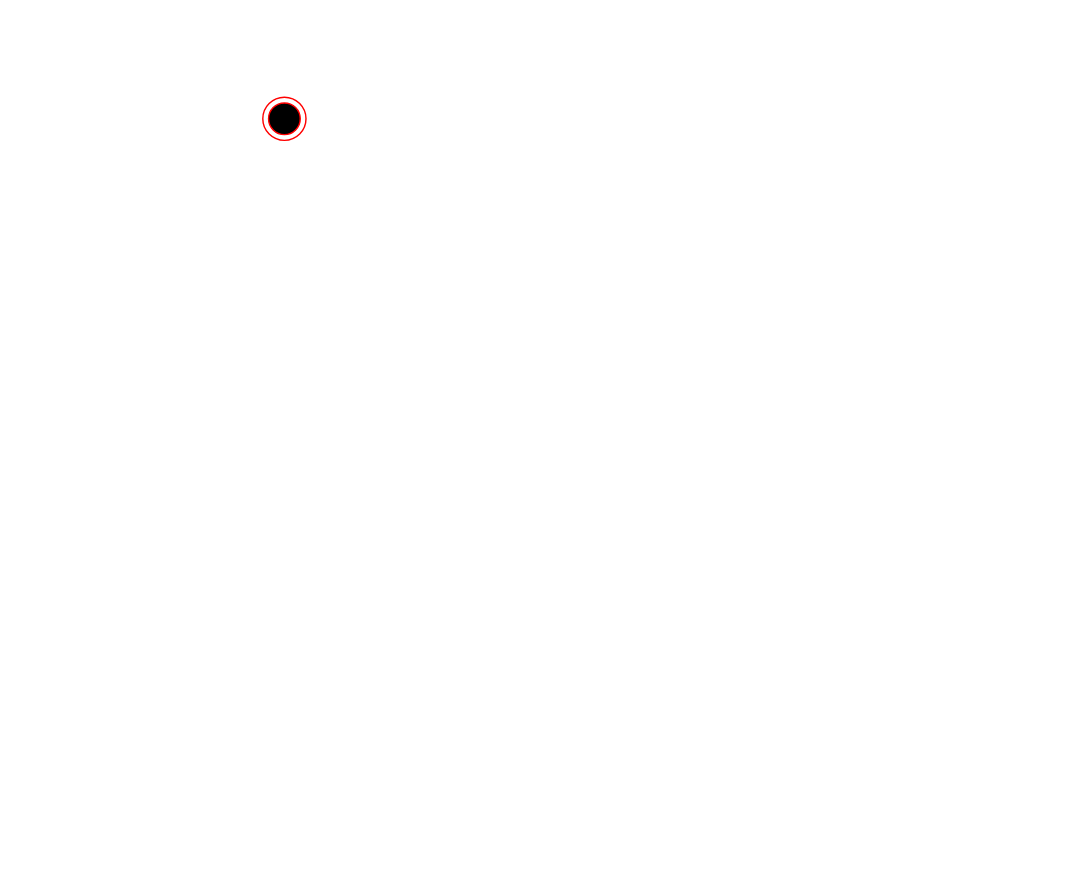
Before: Statemachine.drawio in Moroorooo/Statemachine, a draw.io diagram. Source tidied: cells renumbered, new cells numbered last; positions are measured from the earlier drawing's top-left corner, leaving out a move shared by most shapes. Both pictures are drawn from the tidied source at 144%, with x=0, y=0 at pixel (262, 96).
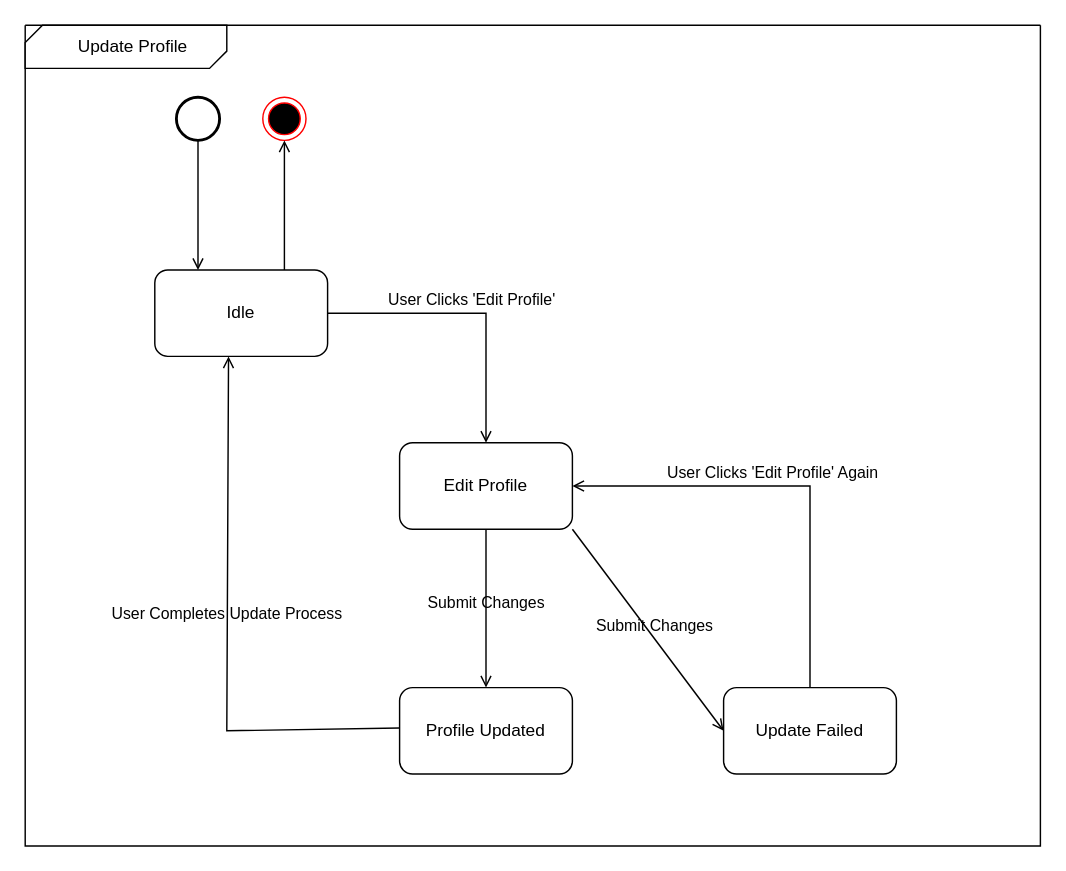
After the change.

The change refers to these unchanged cells:
```xml
<mxCell id="2" style="ellipse;html=1;shape=endState;fillColor=#000000;strokeColor=#ff0000;" parent="1" vertex="1">
  <mxGeometry width="30" height="30" as="geometry" />
</mxCell>
```

Change to the diagram source:
```diff
@@
+    <mxCell id="3" style="strokeWidth=2;html=1;shape=mxgraph.flowchart.start_2;whiteSpace=wrap;" parent="1" vertex="1">
+      <mxGeometry x="-60" width="30" height="30" as="geometry" />
+    </mxCell>
+    <mxCell id="4" value="Idle" style="rounded=1;whiteSpace=wrap;html=1;" parent="1" vertex="1">
+      <mxGeometry x="-75" y="120" width="120" height="60" as="geometry" />
+    </mxCell>
+    <mxCell id="5" style="endArrow=open;html=1;rounded=0;align=center;verticalAlign=bottom;endFill=0;labelBackgroundColor=none;exitX=0.5;exitY=1;exitDx=0;exitDy=0;exitPerimeter=0;entryX=0.25;entryY=0;entryDx=0;entryDy=0;" parent="1" edge="1" source="3" target="4">
+      <mxGeometry relative="1" as="geometry" />
+    </mxCell>
+    <mxCell id="6" style="html=1;align=center;verticalAlign=top;labelBackgroundColor=none;" parent="5" vertex="1">
+      <mxGeometry relative="1" as="geometry" />
+    </mxCell>
+    <mxCell id="7" style="endArrow=open;html=1;rounded=0;align=center;verticalAlign=bottom;endFill=0;labelBackgroundColor=none;entryX=0.5;entryY=1;entryDx=0;entryDy=0;exitX=0.75;exitY=0;exitDx=0;exitDy=0;" parent="1" edge="1" source="4" target="2">
+      <mxGeometry relative="1" as="geometry" />
+    </mxCell>
+    <mxCell id="8" style="html=1;align=center;verticalAlign=top;labelBackgroundColor=none;" parent="7" vertex="1">
+      <mxGeometry relative="1" as="geometry" />
+    </mxCell>
+    <mxCell id="9" value="Edit Profile" style="rounded=1;whiteSpace=wrap;html=1;" parent="1" vertex="1">
+      <mxGeometry x="95" y="240" width="120" height="60" as="geometry" />
+    </mxCell>
+    <mxCell id="10" value="User Clicks 'Edit Profile'" style="endArrow=open;html=1;rounded=0;align=center;verticalAlign=bottom;endFill=0;labelBackgroundColor=none;exitX=1;exitY=0.5;exitDx=0;exitDy=0;entryX=0.5;entryY=0;entryDx=0;entryDy=0;" parent="1" edge="1" source="4" target="9">
+      <mxGeometry relative="1" as="geometry">
+        <Array as="points">
+          <mxPoint x="155" y="150" />
+        </Array>
+      </mxGeometry>
+    </mxCell>
+    <mxCell id="11" value="Profile Updated " style="rounded=1;whiteSpace=wrap;html=1;" parent="1" vertex="1">
+      <mxGeometry x="95" y="410" width="120" height="60" as="geometry" />
+    </mxCell>
+    <mxCell id="12" value="Submit Changes" style="endArrow=open;html=1;rounded=0;align=center;verticalAlign=bottom;endFill=0;labelBackgroundColor=none;exitX=0.5;exitY=1;exitDx=0;exitDy=0;entryX=0.5;entryY=0;entryDx=0;entryDy=0;" parent="1" edge="1" source="9" target="11">
+      <mxGeometry x="0.09" relative="1" as="geometry" />
+    </mxCell>
+    <mxCell id="13" value="User Completes Update Process" style="endArrow=open;html=1;rounded=0;align=center;verticalAlign=bottom;endFill=0;labelBackgroundColor=none;entryX=0.427;entryY=1.033;entryDx=0;entryDy=0;entryPerimeter=0;exitX=0;exitY=0.5;exitDx=0;exitDy=0;" parent="1" edge="1">
+      <mxGeometry x="0.01" relative="1" as="geometry">
+        <mxPoint x="95" y="438" as="sourcePoint" />
+        <mxPoint x="-23.8" y="180" as="targetPoint" />
+        <Array as="points">
+          <mxPoint x="-25" y="440" />
+        </Array>
+      </mxGeometry>
+    </mxCell>
+    <mxCell id="14" value="Update Failed  " style="rounded=1;whiteSpace=wrap;html=1;" parent="1" vertex="1">
+      <mxGeometry x="320" y="410" width="120" height="60" as="geometry" />
+    </mxCell>
+    <mxCell id="15" value="Submit Changes" style="endArrow=open;html=1;rounded=0;align=center;verticalAlign=bottom;endFill=0;labelBackgroundColor=none;exitX=1;exitY=1;exitDx=0;exitDy=0;entryX=0;entryY=0.5;entryDx=0;entryDy=0;" parent="1" edge="1" source="9" target="14">
+      <mxGeometry x="0.09" relative="1" as="geometry" />
+    </mxCell>
+    <mxCell id="16" value="User Clicks 'Edit Profile' Again" style="endArrow=open;html=1;rounded=0;align=center;verticalAlign=bottom;endFill=0;labelBackgroundColor=none;entryX=1;entryY=0.5;entryDx=0;entryDy=0;exitX=0.5;exitY=0;exitDx=0;exitDy=0;" parent="1" edge="1" source="14" target="9">
+      <mxGeometry x="0.09" relative="1" as="geometry">
+        <Array as="points">
+          <mxPoint x="380" y="270" />
+        </Array>
+      </mxGeometry>
+    </mxCell>
+    <mxCell id="17" style="swimlane;startSize=0;" parent="1" vertex="1">
+      <mxGeometry x="-165" y="-50" width="705" height="570" as="geometry" />
+    </mxCell>
+    <mxCell id="18" style="verticalLabelPosition=bottom;verticalAlign=top;html=1;shape=mxgraph.basic.diag_snip_rect;dx=6;whiteSpace=wrap;" parent="1" vertex="1">
+      <mxGeometry x="-165" y="-50" width="140" height="30" as="geometry" />
+    </mxCell>
+    <mxCell id="19" value="Update Profile" style="text;html=1;align=center;verticalAlign=middle;whiteSpace=wrap;rounded=0;" parent="1" vertex="1">
+      <mxGeometry x="-135" y="-50" width="90" height="30" as="geometry" />
+    </mxCell>
```
